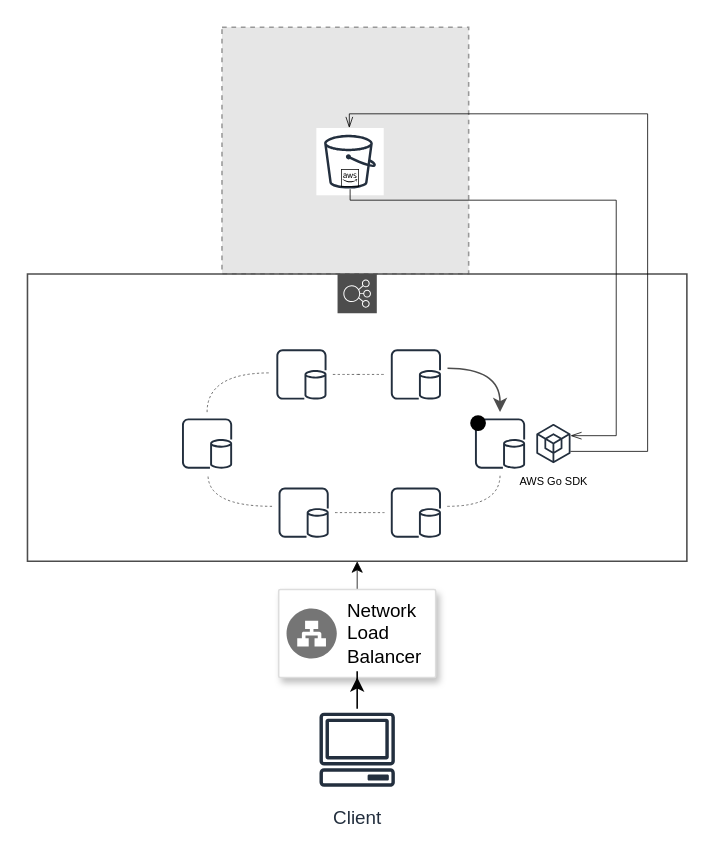
Before: page "Cloud Retrieve" (8 of 9) of .doc/diagrams/System Architecture.drawio in danilo-dellorco/JDSys, a draw.io diagram. Source tidied: cells renumbered, new cells numbered last; positions are measured from the earlier drawing's top-left corner, leaving out a move shared by most shapes. Both pictures are drawn from the tidied source at 157%, with x=0, y=0 at pixel (27, 27). Pictures stored in the file or linked from it are replaced by grey dashed boxes.
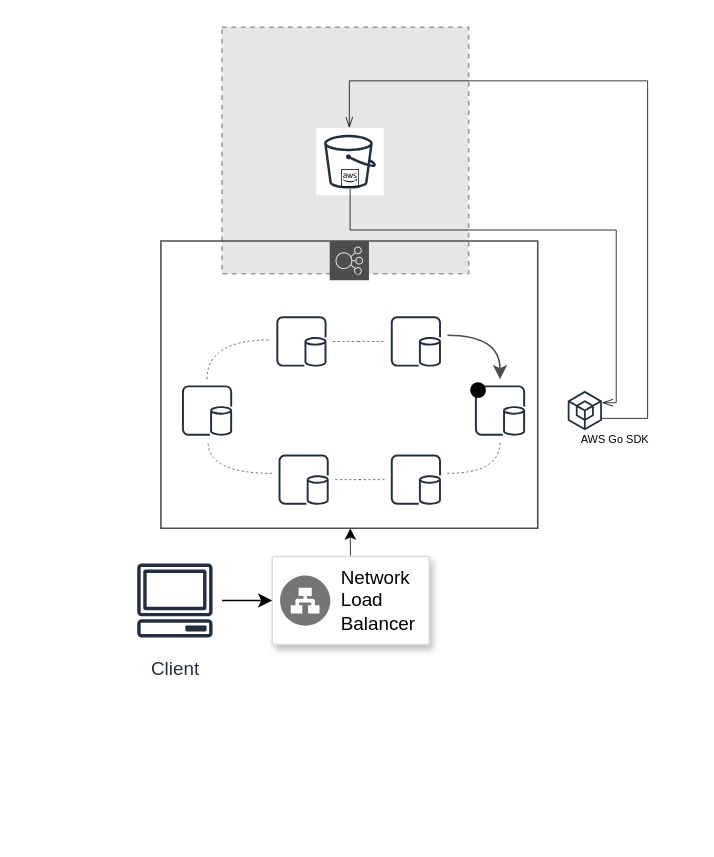
The same page after the edit.

The change refers to these unchanged cells:
```xml
<mxCell id="23" style="sketch=0;outlineConnect=0;fontColor=#232F3E;gradientColor=none;fillColor=#232F3E;strokeColor=none;dashed=0;verticalLabelPosition=bottom;verticalAlign=top;align=center;html=1;fontSize=12;fontStyle=0;shape=mxgraph.aws4.external_sdk;" parent="22" vertex="1">
  <mxGeometry x="19.1" y="7.5" width="21.8" height="25" as="geometry" />
</mxCell>
<mxCell id="25" style="sketch=0;outlineConnect=0;fontColor=#232F3E;gradientColor=none;strokeColor=#232F3E;fillColor=#ffffff;dashed=0;verticalLabelPosition=bottom;verticalAlign=top;align=center;html=1;fontSize=12;fontStyle=0;shape=mxgraph.aws4.resourceIcon;resIcon=mxgraph.aws4.bucket;" parent="24" vertex="1">
  <mxGeometry width="42.9" height="42.9" as="geometry" />
</mxCell>
<mxCell id="26" style="sketch=0;outlineConnect=0;fontColor=#232F3E;gradientColor=none;strokeColor=#000000;fillColor=none;dashed=0;verticalLabelPosition=bottom;verticalAlign=top;align=center;html=1;fontSize=12;fontStyle=0;shape=mxgraph.aws4.resourceIcon;resIcon=mxgraph.aws4.aws_cloud;" parent="24" vertex="1">
  <mxGeometry x="14.3" y="24.7" width="14.3" height="14.3" as="geometry" />
</mxCell>
```

Diff of the diagram source:
```diff
@@
-    <mxCell id="3" style="group;" parent="1" vertex="1">
-      <mxGeometry y="55" width="420" height="435" as="geometry" />
-    </mxCell>
-    <mxCell id="4" style="sketch=0;outlineConnect=0;gradientColor=none;html=1;whiteSpace=wrap;fontSize=12;fontStyle=0;shape=mxgraph.aws4.groupCenter;grIcon=mxgraph.aws4.group_elastic_load_balancing;grStroke=1;strokeColor=#4D4D4D;fillColor=none;verticalAlign=top;align=center;fontColor=#007DBC;dashed=0;spacingTop=25;" parent="3" vertex="1">
-      <mxGeometry y="102" width="420" height="183" as="geometry" />
+    <mxCell id="4" style="sketch=0;outlineConnect=0;gradientColor=none;html=1;whiteSpace=wrap;fontSize=12;fontStyle=0;shape=mxgraph.aws4.groupCenter;grIcon=mxgraph.aws4.group_elastic_load_balancing;grStroke=1;strokeColor=#4D4D4D;fillColor=none;verticalAlign=top;align=center;fontColor=#007DBC;dashed=0;spacingTop=25;" parent="1" vertex="1">
+      <mxGeometry x="85" y="136" width="240" height="183" as="geometry" />
     </mxCell>
-    <mxCell id="5" value="Client" style="sketch=0;outlineConnect=0;fontColor=#232F3E;gradientColor=none;strokeColor=#232F3E;fillColor=#ffffff;dashed=0;verticalLabelPosition=bottom;verticalAlign=top;align=center;html=1;fontSize=12;fontStyle=0;shape=mxgraph.aws4.resourceIcon;resIcon=mxgraph.aws4.client;" parent="3" vertex="1">
-      <mxGeometry x="180" y="375" width="60" height="60" as="geometry" />
+    <mxCell id="5" value="Client" style="sketch=0;outlineConnect=0;fontColor=#232F3E;gradientColor=none;strokeColor=#232F3E;fillColor=#ffffff;dashed=0;verticalLabelPosition=bottom;verticalAlign=top;align=center;html=1;fontSize=12;fontStyle=0;shape=mxgraph.aws4.resourceIcon;resIcon=mxgraph.aws4.client;" parent="1" vertex="1">
+      <mxGeometry x="63.9" y="335" width="60" height="60" as="geometry" />
     </mxCell>
-    <mxCell id="6" style="rounded=0;jettySize=auto;html=1;fontSize=10;startArrow=none;startFill=0;strokeWidth=0.5;" parent="3" edge="1" source="7" target="4">
+    <mxCell id="6" style="rounded=0;jettySize=auto;html=1;fontSize=10;startArrow=none;startFill=0;strokeWidth=0.5;" parent="1" edge="1" source="7" target="4">
       <mxGeometry relative="1" as="geometry" />
     </mxCell>
-    <mxCell id="7" style="strokeColor=#dddddd;shadow=1;strokeWidth=1;rounded=1;absoluteArcSize=1;arcSize=2;" parent="3" vertex="1">
-      <mxGeometry x="160" y="303" width="100" height="56" as="geometry" />
+    <mxCell id="7" style="strokeColor=#dddddd;shadow=1;strokeWidth=1;rounded=1;absoluteArcSize=1;arcSize=2;" parent="1" vertex="1">
+      <mxGeometry x="155.9" y="337" width="100" height="56" as="geometry" />
     </mxCell>
@@
-    <mxCell id="9" style="edgeStyle=orthogonalEdgeStyle;rounded=0;jettySize=auto;html=1;entryX=0.5;entryY=1;entryDx=0;entryDy=0;" parent="3" edge="1" source="5" target="7">
+    <mxCell id="9" style="edgeStyle=orthogonalEdgeStyle;rounded=0;jettySize=auto;html=1;entryX=0;entryY=0.5;entryDx=0;entryDy=0;" parent="1" edge="1" source="5" target="7">
       <mxGeometry relative="1" as="geometry" />
     </mxCell>
-    <mxCell id="10" style="sketch=0;outlineConnect=0;fontColor=#232F3E;gradientColor=none;strokeColor=#232F3E;fillColor=#ffffff;dashed=0;verticalLabelPosition=bottom;verticalAlign=top;align=center;html=1;fontSize=12;fontStyle=0;shape=mxgraph.aws4.resourceIcon;resIcon=mxgraph.aws4.db_on_instance;" parent="3" vertex="1">
-      <mxGeometry x="94.4" y="190" width="40" height="40" as="geometry" />
+    <mxCell id="10" style="sketch=0;outlineConnect=0;fontColor=#232F3E;gradientColor=none;strokeColor=#232F3E;fillColor=#ffffff;dashed=0;verticalLabelPosition=bottom;verticalAlign=top;align=center;html=1;fontSize=12;fontStyle=0;shape=mxgraph.aws4.resourceIcon;resIcon=mxgraph.aws4.db_on_instance;" parent="1" vertex="1">
+      <mxGeometry x="94.4" y="224" width="40" height="40" as="geometry" />
     </mxCell>
-    <mxCell id="11" style="edgeStyle=orthogonalEdgeStyle;curved=1;rounded=0;jettySize=auto;html=1;dashed=1;fontSize=10;startArrow=none;startFill=0;endArrow=none;endFill=0;strokeColor=#4D4D4D;strokeWidth=0.5;" parent="3" edge="1" source="12" target="10">
+    <mxCell id="11" style="edgeStyle=orthogonalEdgeStyle;curved=1;rounded=0;jettySize=auto;html=1;dashed=1;fontSize=10;startArrow=none;startFill=0;endArrow=none;endFill=0;strokeColor=#4D4D4D;strokeWidth=0.5;" parent="1" edge="1" source="12" target="10">
       <mxGeometry relative="1" as="geometry">
         <Array as="points">
-          <mxPoint x="115" y="250" />
+          <mxPoint x="115" y="284" />
         </Array>
       </mxGeometry>
     </mxCell>
-    <mxCell id="12" style="sketch=0;outlineConnect=0;fontColor=#232F3E;gradientColor=none;strokeColor=#232F3E;fillColor=#ffffff;dashed=0;verticalLabelPosition=bottom;verticalAlign=top;align=center;html=1;fontSize=12;fontStyle=0;shape=mxgraph.aws4.resourceIcon;resIcon=mxgraph.aws4.db_on_instance;" parent="3" vertex="1">
-      <mxGeometry x="155.9" y="234" width="40" height="40" as="geometry" />
+    <mxCell id="12" style="sketch=0;outlineConnect=0;fontColor=#232F3E;gradientColor=none;strokeColor=#232F3E;fillColor=#ffffff;dashed=0;verticalLabelPosition=bottom;verticalAlign=top;align=center;html=1;fontSize=12;fontStyle=0;shape=mxgraph.aws4.resourceIcon;resIcon=mxgraph.aws4.db_on_instance;" parent="1" vertex="1">
+      <mxGeometry x="155.9" y="268" width="40" height="40" as="geometry" />
     </mxCell>
-    <mxCell id="13" style="sketch=0;outlineConnect=0;fontColor=#232F3E;gradientColor=none;strokeColor=#232F3E;fillColor=#ffffff;dashed=0;verticalLabelPosition=bottom;verticalAlign=top;align=center;html=1;fontSize=12;fontStyle=0;shape=mxgraph.aws4.resourceIcon;resIcon=mxgraph.aws4.db_on_instance;" parent="3" vertex="1">
-      <mxGeometry x="227.4" y="234" width="40" height="40" as="geometry" />
+    <mxCell id="13" style="sketch=0;outlineConnect=0;fontColor=#232F3E;gradientColor=none;strokeColor=#232F3E;fillColor=#ffffff;dashed=0;verticalLabelPosition=bottom;verticalAlign=top;align=center;html=1;fontSize=12;fontStyle=0;shape=mxgraph.aws4.resourceIcon;resIcon=mxgraph.aws4.db_on_instance;" parent="1" vertex="1">
+      <mxGeometry x="227.4" y="268" width="40" height="40" as="geometry" />
     </mxCell>
-    <mxCell id="14" style="edgeStyle=orthogonalEdgeStyle;curved=1;rounded=0;jettySize=auto;html=1;dashed=1;fontSize=10;startArrow=none;startFill=0;endArrow=none;endFill=0;strokeColor=#4D4D4D;strokeWidth=0.5;" parent="3" edge="1" source="12" target="13">
+    <mxCell id="14" style="edgeStyle=orthogonalEdgeStyle;curved=1;rounded=0;jettySize=auto;html=1;dashed=1;fontSize=10;startArrow=none;startFill=0;endArrow=none;endFill=0;strokeColor=#4D4D4D;strokeWidth=0.5;" parent="1" edge="1" source="12" target="13">
       <mxGeometry relative="1" as="geometry" />
     </mxCell>
-    <mxCell id="15" style="sketch=0;outlineConnect=0;fontColor=#232F3E;gradientColor=none;strokeColor=#232F3E;fillColor=#ffffff;dashed=0;verticalLabelPosition=bottom;verticalAlign=top;align=center;html=1;fontSize=12;fontStyle=0;shape=mxgraph.aws4.resourceIcon;resIcon=mxgraph.aws4.db_on_instance;" parent="3" vertex="1">
-      <mxGeometry x="281" y="190" width="40" height="40" as="geometry" />
+    <mxCell id="15" style="sketch=0;outlineConnect=0;fontColor=#232F3E;gradientColor=none;strokeColor=#232F3E;fillColor=#ffffff;dashed=0;verticalLabelPosition=bottom;verticalAlign=top;align=center;html=1;fontSize=12;fontStyle=0;shape=mxgraph.aws4.resourceIcon;resIcon=mxgraph.aws4.db_on_instance;" parent="1" vertex="1">
+      <mxGeometry x="281" y="224" width="40" height="40" as="geometry" />
     </mxCell>
-    <mxCell id="16" style="edgeStyle=orthogonalEdgeStyle;curved=1;rounded=0;jettySize=auto;html=1;dashed=1;fontSize=10;startArrow=none;startFill=0;endArrow=none;endFill=0;strokeColor=#4D4D4D;strokeWidth=0.5;" parent="3" edge="1" source="13" target="15">
+    <mxCell id="16" style="edgeStyle=orthogonalEdgeStyle;curved=1;rounded=0;jettySize=auto;html=1;dashed=1;fontSize=10;startArrow=none;startFill=0;endArrow=none;endFill=0;strokeColor=#4D4D4D;strokeWidth=0.5;" parent="1" edge="1" source="13" target="15">
       <mxGeometry relative="1" as="geometry">
         <Array as="points">
-          <mxPoint x="301" y="250" />
+          <mxPoint x="301" y="284" />
         </Array>
       </mxGeometry>
     </mxCell>
-    <mxCell id="17" style="sketch=0;outlineConnect=0;fontColor=#232F3E;gradientColor=none;strokeColor=#232F3E;fillColor=#ffffff;dashed=0;verticalLabelPosition=bottom;verticalAlign=top;align=center;html=1;fontSize=12;fontStyle=0;shape=mxgraph.aws4.resourceIcon;resIcon=mxgraph.aws4.db_on_instance;" parent="3" vertex="1">
-      <mxGeometry x="154.5" y="146" width="40" height="40" as="geometry" />
+    <mxCell id="17" style="sketch=0;outlineConnect=0;fontColor=#232F3E;gradientColor=none;strokeColor=#232F3E;fillColor=#ffffff;dashed=0;verticalLabelPosition=bottom;verticalAlign=top;align=center;html=1;fontSize=12;fontStyle=0;shape=mxgraph.aws4.resourceIcon;resIcon=mxgraph.aws4.db_on_instance;" parent="1" vertex="1">
+      <mxGeometry x="154.5" y="180" width="40" height="40" as="geometry" />
     </mxCell>
-    <mxCell id="18" style="edgeStyle=orthogonalEdgeStyle;curved=1;rounded=0;jettySize=auto;html=1;fontSize=10;startArrow=none;startFill=0;endArrow=none;endFill=0;strokeColor=#4D4D4D;strokeWidth=0.5;dashed=1;" parent="3" edge="1" source="10" target="17">
+    <mxCell id="18" style="edgeStyle=orthogonalEdgeStyle;curved=1;rounded=0;jettySize=auto;html=1;fontSize=10;startArrow=none;startFill=0;endArrow=none;endFill=0;strokeColor=#4D4D4D;strokeWidth=0.5;dashed=1;" parent="1" edge="1" source="10" target="17">
       <mxGeometry relative="1" as="geometry">
         <Array as="points">
-          <mxPoint x="115" y="165" />
+          <mxPoint x="115" y="199" />
         </Array>
       </mxGeometry>
     </mxCell>
-    <mxCell id="19" style="edgeStyle=orthogonalEdgeStyle;curved=1;rounded=0;jettySize=auto;html=1;fontSize=10;startArrow=none;startFill=0;endArrow=classic;endFill=1;strokeColor=#4D4D4D;strokeWidth=1;" parent="3" edge="1" source="20" target="15">
+    <mxCell id="19" style="edgeStyle=orthogonalEdgeStyle;curved=1;rounded=0;jettySize=auto;html=1;fontSize=10;startArrow=none;startFill=0;endArrow=classic;endFill=1;strokeColor=#4D4D4D;strokeWidth=1;" parent="1" edge="1" source="20" target="15">
       <mxGeometry relative="1" as="geometry">
         <Array as="points">
-          <mxPoint x="301" y="162" />
+          <mxPoint x="301" y="196" />
         </Array>
       </mxGeometry>
     </mxCell>
-    <mxCell id="20" style="sketch=0;outlineConnect=0;fontColor=#232F3E;gradientColor=none;strokeColor=#232F3E;fillColor=#ffffff;dashed=0;verticalLabelPosition=bottom;verticalAlign=top;align=center;html=1;fontSize=12;fontStyle=0;shape=mxgraph.aws4.resourceIcon;resIcon=mxgraph.aws4.db_on_instance;" parent="3" vertex="1">
-      <mxGeometry x="227.4" y="146" width="40" height="40" as="geometry" />
+    <mxCell id="20" style="sketch=0;outlineConnect=0;fontColor=#232F3E;gradientColor=none;strokeColor=#232F3E;fillColor=#ffffff;dashed=0;verticalLabelPosition=bottom;verticalAlign=top;align=center;html=1;fontSize=12;fontStyle=0;shape=mxgraph.aws4.resourceIcon;resIcon=mxgraph.aws4.db_on_instance;" parent="1" vertex="1">
+      <mxGeometry x="227.4" y="180" width="40" height="40" as="geometry" />
     </mxCell>
-    <mxCell id="21" style="edgeStyle=orthogonalEdgeStyle;curved=1;rounded=0;jettySize=auto;html=1;dashed=1;fontSize=10;startArrow=none;startFill=0;endArrow=none;endFill=0;strokeColor=#4D4D4D;strokeWidth=0.5;" parent="3" edge="1" source="17" target="20">
+    <mxCell id="21" style="edgeStyle=orthogonalEdgeStyle;curved=1;rounded=0;jettySize=auto;html=1;dashed=1;fontSize=10;startArrow=none;startFill=0;endArrow=none;endFill=0;strokeColor=#4D4D4D;strokeWidth=0.5;" parent="1" edge="1" source="17" target="20">
       <mxGeometry relative="1" as="geometry" />
     </mxCell>
-    <mxCell id="22" style="group;" parent="3" vertex="1">
-      <mxGeometry x="305" y="190" width="60" height="58" as="geometry" />
+    <mxCell id="22" style="group;" parent="1" vertex="1">
+      <mxGeometry x="325" y="224" width="79.1" height="58" as="geometry" />
     </mxCell>
@@
+    <mxCell id="27" value="AWS Go SDK" style="text;html=1;align=center;verticalAlign=middle;strokeColor=none;fillColor=none;fontSize=7;" parent="22" vertex="1">
+      <mxGeometry x="19.1" y="34" width="60" height="10" as="geometry" />
+    </mxCell>
-    <mxCell id="24" style="group;" parent="3" vertex="1">
-      <mxGeometry x="184" y="9" width="42.9" height="49.4" as="geometry" />
+    <mxCell id="24" style="group;" parent="1" vertex="1">
+      <mxGeometry x="184" y="64" width="42.9" height="49.4" as="geometry" />
     </mxCell>
@@
-    <mxCell id="27" value="AWS Go SDK" style="text;html=1;align=center;verticalAlign=middle;strokeColor=none;fillColor=none;fontSize=7;" parent="3" vertex="1">
-      <mxGeometry x="305" y="230" width="60" height="10" as="geometry" />
-    </mxCell>
-    <mxCell id="28" style="edgeStyle=orthogonalEdgeStyle;rounded=0;jettySize=auto;html=1;fontSize=7;startArrow=none;startFill=0;endArrow=openThin;endFill=0;strokeColor=default;strokeWidth=0.5;" parent="3" edge="1" source="23" target="25">
+    <mxCell id="28" style="edgeStyle=orthogonalEdgeStyle;rounded=0;jettySize=auto;html=1;fontSize=7;startArrow=none;startFill=0;endArrow=openThin;endFill=0;strokeColor=default;strokeWidth=0.5;" parent="1" edge="1" source="23" target="25">
       <mxGeometry relative="1" as="geometry">
         <Array as="points">
-          <mxPoint x="395" y="215" />
-          <mxPoint x="395" />
-          <mxPoint x="205" />
+          <mxPoint x="395" y="249" />
+          <mxPoint x="395" y="34" />
+          <mxPoint x="205" y="34" />
         </Array>
       </mxGeometry>
     </mxCell>
-    <mxCell id="29" style="shape=ellipse;fillColor=#000000;strokeColor=none;html=1;sketch=0;shadow=0;fontSize=7;align=left;" parent="3" vertex="1">
-      <mxGeometry x="282" y="192" width="10" height="10" as="geometry" />
+    <mxCell id="29" style="shape=ellipse;fillColor=#000000;strokeColor=none;html=1;sketch=0;shadow=0;fontSize=7;align=left;" parent="1" vertex="1">
+      <mxGeometry x="282" y="226" width="10" height="10" as="geometry" />
     </mxCell>
-    <mxCell id="30" style="edgeStyle=orthogonalEdgeStyle;rounded=0;jettySize=auto;html=1;fontSize=7;startArrow=none;startFill=0;endArrow=openThin;endFill=0;strokeColor=default;strokeWidth=0.5;" parent="3" edge="1" source="26" target="23">
+    <mxCell id="30" style="edgeStyle=orthogonalEdgeStyle;rounded=0;jettySize=auto;html=1;fontSize=7;startArrow=none;startFill=0;endArrow=openThin;endFill=0;strokeColor=default;strokeWidth=0.5;" parent="1" edge="1" source="26" target="23">
       <mxGeometry relative="1" as="geometry">
         <Array as="points">
-          <mxPoint x="205" y="55" />
-          <mxPoint x="375" y="55" />
-          <mxPoint x="375" y="205" />
+          <mxPoint x="205" y="129" />
+          <mxPoint x="375" y="129" />
+          <mxPoint x="375" y="239" />
         </Array>
       </mxGeometry>
     </mxCell>
```
